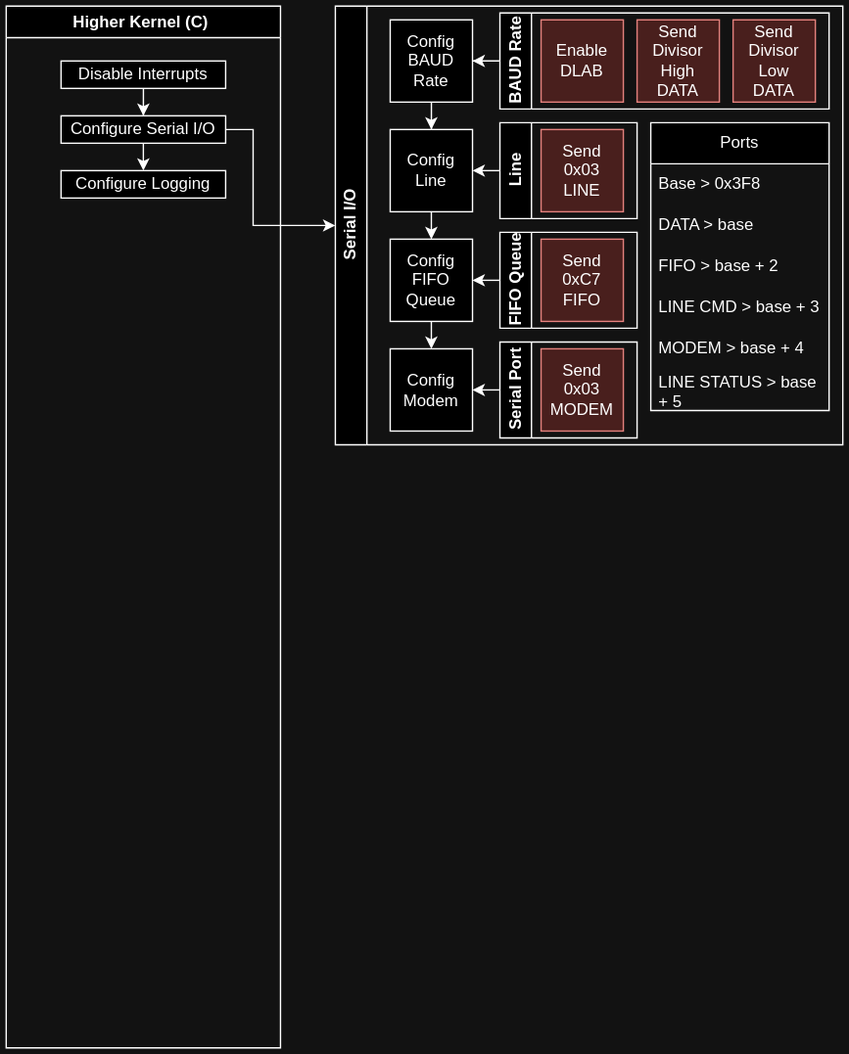
Before: drawio/naOS-C Kernel.drawio.svg, a diagram exported from draw.io (noaether/naOS). Source tidied: cells renumbered, new cells last; positions are measured from the earlier drawing's top-left corner, leaving out a move shared by most shapes.
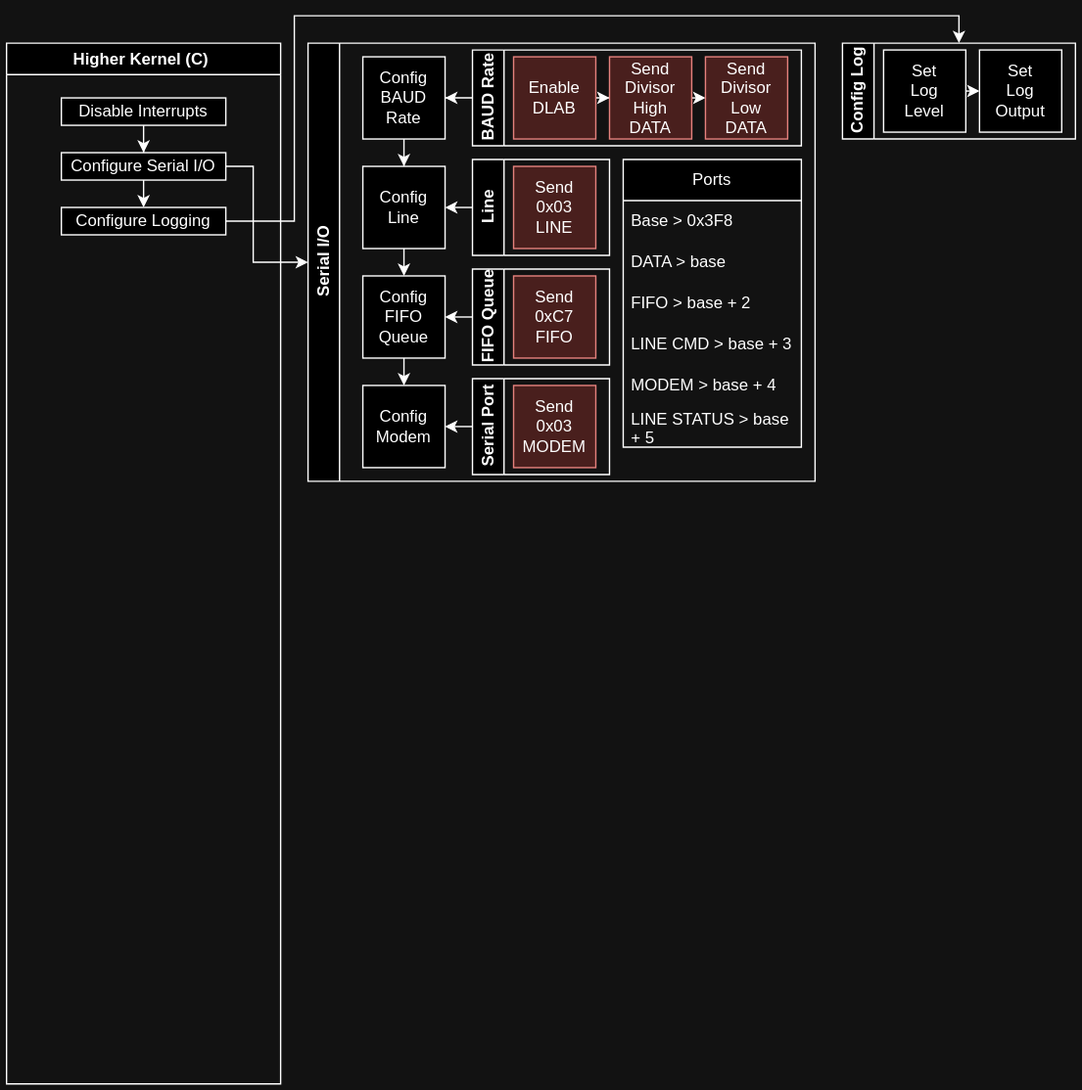
After the change.

Diff of the diagram source:
```diff
@@ -21,7 +21,7 @@
       <mxGeometry x="40" y="120" width="120" height="20" as="geometry" />
     </mxCell>
     <mxCell id="8" value="Serial I/O" style="swimlane;horizontal=0;whiteSpace=wrap;html=1;" parent="1" vertex="1">
-      <mxGeometry x="240" width="370" height="320" as="geometry" />
+      <mxGeometry x="220" width="370" height="320" as="geometry" />
     </mxCell>
     <mxCell id="9" style="edgeStyle=orthogonalEdgeStyle;rounded=0;jettySize=auto;html=1;entryX=0.5;entryY=0;entryDx=0;entryDy=0;" parent="8" edge="1" source="10" target="12">
       <mxGeometry relative="1" as="geometry" />
@@ -50,9 +50,15 @@
     <mxCell id="17" value="BAUD Rate" style="swimlane;horizontal=0;whiteSpace=wrap;html=1;" parent="8" vertex="1">
       <mxGeometry x="120" y="5" width="240" height="70" as="geometry" />
     </mxCell>
+    <mxCell id="38" style="edgeStyle=orthogonalEdgeStyle;rounded=0;jettySize=auto;html=1;entryX=0;entryY=0.5;entryDx=0;entryDy=0;" parent="17" edge="1" source="18" target="19">
+      <mxGeometry relative="1" as="geometry" />
+    </mxCell>
     <mxCell id="18" value="Enable&lt;br&gt;DLAB" style="rounded=0;whiteSpace=wrap;html=1;fillColor=#f8cecc;strokeColor=#b85450;" parent="17" vertex="1">
       <mxGeometry x="30" y="5" width="60" height="60" as="geometry" />
     </mxCell>
+    <mxCell id="39" style="edgeStyle=orthogonalEdgeStyle;rounded=0;jettySize=auto;html=1;exitX=1;exitY=0.5;exitDx=0;exitDy=0;entryX=0;entryY=0.5;entryDx=0;entryDy=0;" parent="17" edge="1" source="19" target="20">
+      <mxGeometry relative="1" as="geometry" />
+    </mxCell>
     <mxCell id="19" value="Send Divisor&lt;br&gt;High&lt;br&gt;DATA" style="rounded=0;whiteSpace=wrap;html=1;fillColor=#f8cecc;strokeColor=#b85450;" parent="17" vertex="1">
       <mxGeometry x="100" y="5" width="60" height="60" as="geometry" />
     </mxCell>
@@ -115,5 +121,26 @@
         </Array>
       </mxGeometry>
     </mxCell>
+    <mxCell id="40" value="Config Log&lt;br&gt;" style="swimlane;horizontal=0;whiteSpace=wrap;html=1;" parent="1" vertex="1">
+      <mxGeometry x="610" width="170" height="70" as="geometry" />
+    </mxCell>
+    <mxCell id="41" style="edgeStyle=orthogonalEdgeStyle;rounded=0;jettySize=auto;html=1;exitX=1;exitY=0.5;exitDx=0;exitDy=0;entryX=0;entryY=0.5;entryDx=0;entryDy=0;" parent="40" edge="1" source="42" target="43">
+      <mxGeometry relative="1" as="geometry" />
+    </mxCell>
+    <mxCell id="42" value="Set&lt;br&gt;Log&lt;br&gt;Level" style="rounded=0;whiteSpace=wrap;html=1;" parent="40" vertex="1">
+      <mxGeometry x="30" y="5" width="60" height="60" as="geometry" />
+    </mxCell>
+    <mxCell id="43" value="Set&lt;br&gt;Log Output" style="rounded=0;whiteSpace=wrap;html=1;" parent="40" vertex="1">
+      <mxGeometry x="100" y="5" width="60" height="60" as="geometry" />
+    </mxCell>
+    <mxCell id="44" style="edgeStyle=orthogonalEdgeStyle;rounded=0;jettySize=auto;html=1;entryX=0.5;entryY=0;entryDx=0;entryDy=0;" parent="1" edge="1" source="7" target="40">
+      <mxGeometry relative="1" as="geometry">
+        <Array as="points">
+          <mxPoint x="210" y="130" />
+          <mxPoint x="210" y="-20" />
+          <mxPoint x="695" y="-20" />
+        </Array>
+      </mxGeometry>
+    </mxCell>
   </root>
 </mxGraphModel>
```
